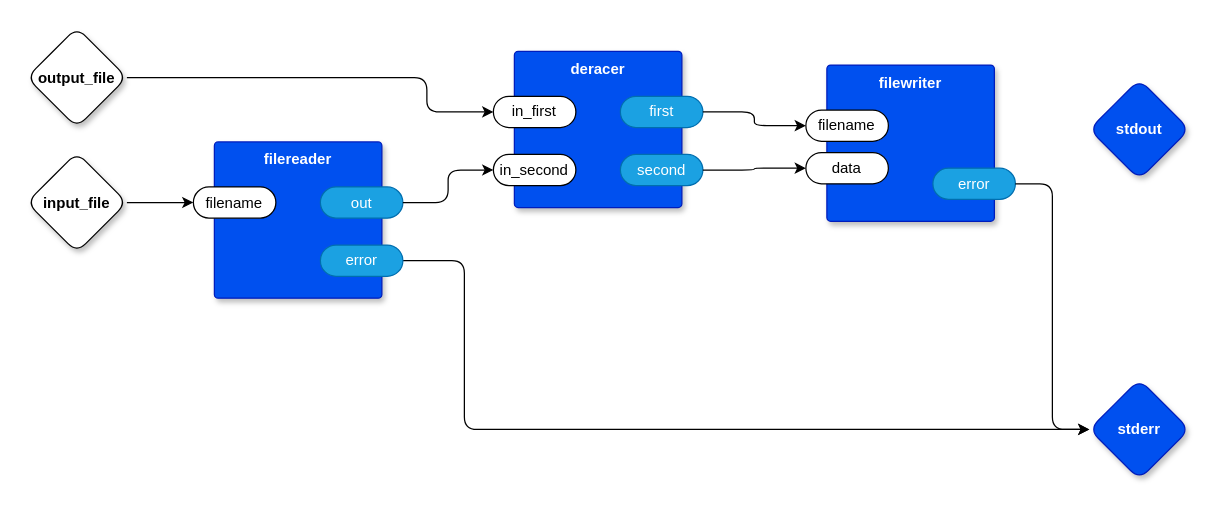
The draw.io diagram page "main" (1 of 2) of Obsidian2ghp.drawio in guitarvydas/github-pages, before the edit. Source tidied: cells renumbered, new cells numbered last; positions are measured from the earlier drawing's top-left corner, leaving out a move shared by most shapes. Both pictures are drawn from the tidied source at 125%, with x=0, y=0 at pixel (26, 26).
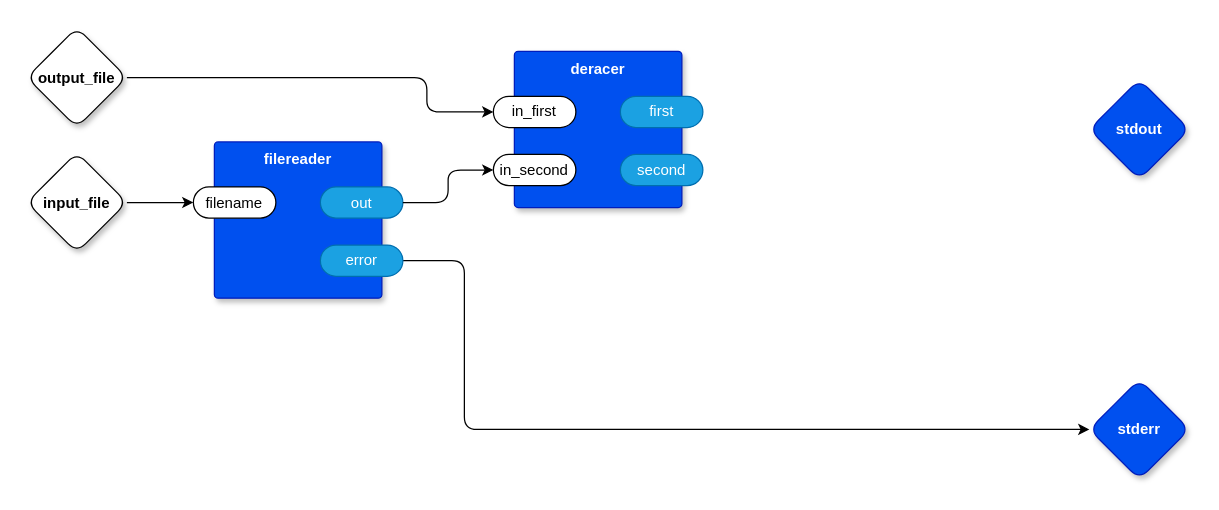
After the change.

Unchanged cells that the change refers to:
```xml
<mxCell id="10" value="stderr" style="rhombus;whiteSpace=wrap;html=1;rounded=1;fillColor=#0050ef;fontColor=#ffffff;strokeColor=#001DBC;fontStyle=1;glass=0;sketch=0;fontSize=12;points=[[0,0.5,0,0,0],[0.5,0,0,0,0],[0.5,1,0,0,0],[1,0.5,0,0,0]];shadow=1;" parent="1" vertex="1">
  <mxGeometry x="850" y="282" width="80" height="80" as="geometry" />
</mxCell>
<mxCell id="20" value="first" style="rounded=1;whiteSpace=wrap;html=1;sketch=0;points=[[0,0.5,0,0,0],[1,0.5,0,0,0]];fillColor=#1ba1e2;fontColor=#ffffff;strokeColor=#006EAF;arcSize=50;" parent="18" vertex="1">
  <mxGeometry x="84.8" y="36" width="66" height="25" as="geometry" />
</mxCell>
<mxCell id="22" value="second" style="rounded=1;whiteSpace=wrap;html=1;sketch=0;points=[[0,0.5,0,0,0],[1,0.5,0,0,0]];fillColor=#1ba1e2;fontColor=#ffffff;strokeColor=#006EAF;arcSize=50;" parent="18" vertex="1">
  <mxGeometry x="84.8" y="82.5" width="66" height="25" as="geometry" />
</mxCell>
```

Change to the diagram source:
```diff
@@
-    <mxCell id="13" value="filewriter" style="rounded=1;whiteSpace=wrap;html=1;sketch=0;verticalAlign=top;arcSize=6;fontStyle=1;absoluteArcSize=1;shadow=1;strokeColor=#001DBC;fillColor=#0050ef;fontColor=#ffffff;" parent="1" vertex="1">
-      <mxGeometry x="640" y="30.5" width="134" height="125" as="geometry" />
-    </mxCell>
-    <mxCell id="14" value="filename" style="rounded=1;whiteSpace=wrap;html=1;sketch=0;points=[[0,0.5,0,0,0],[1,0.5,0,0,0]];arcSize=50;" parent="13" vertex="1">
-      <mxGeometry x="-16.8" y="36" width="66" height="25" as="geometry" />
-    </mxCell>
-    <mxCell id="15" value="error" style="rounded=1;whiteSpace=wrap;html=1;sketch=0;points=[[0,0.5,0,0,0],[1,0.5,0,0,0]];fillColor=#1ba1e2;fontColor=#ffffff;strokeColor=#006EAF;arcSize=50;" parent="13" vertex="1">
-      <mxGeometry x="84.8" y="82.5" width="66" height="25" as="geometry" />
-    </mxCell>
-    <mxCell id="16" value="data" style="rounded=1;whiteSpace=wrap;html=1;sketch=0;points=[[0,0.5,0,0,0],[1,0.5,0,0,0]];arcSize=50;" parent="13" vertex="1">
-      <mxGeometry x="-16.8" y="70" width="66" height="25" as="geometry" />
-    </mxCell>
-    <mxCell id="17" style="edgeStyle=orthogonalEdgeStyle;jettySize=auto;html=1;exitX=1;exitY=0.5;exitDx=0;exitDy=0;exitPerimeter=0;entryX=0;entryY=0.5;entryDx=0;entryDy=0;entryPerimeter=0;rounded=1;" parent="1" edge="1" source="15" target="10">
-      <mxGeometry relative="1" as="geometry" />
-    </mxCell>
@@
-    <mxCell id="24" style="edgeStyle=orthogonalEdgeStyle;rounded=1;jettySize=auto;html=1;exitX=1;exitY=0.5;exitDx=0;exitDy=0;exitPerimeter=0;entryX=0;entryY=0.5;entryDx=0;entryDy=0;entryPerimeter=0;" parent="1" edge="1" source="20" target="14">
-      <mxGeometry relative="1" as="geometry" />
-    </mxCell>
-    <mxCell id="25" style="edgeStyle=orthogonalEdgeStyle;rounded=1;jettySize=auto;html=1;" parent="1" edge="1" source="22" target="16">
-      <mxGeometry relative="1" as="geometry" />
-    </mxCell>
```
